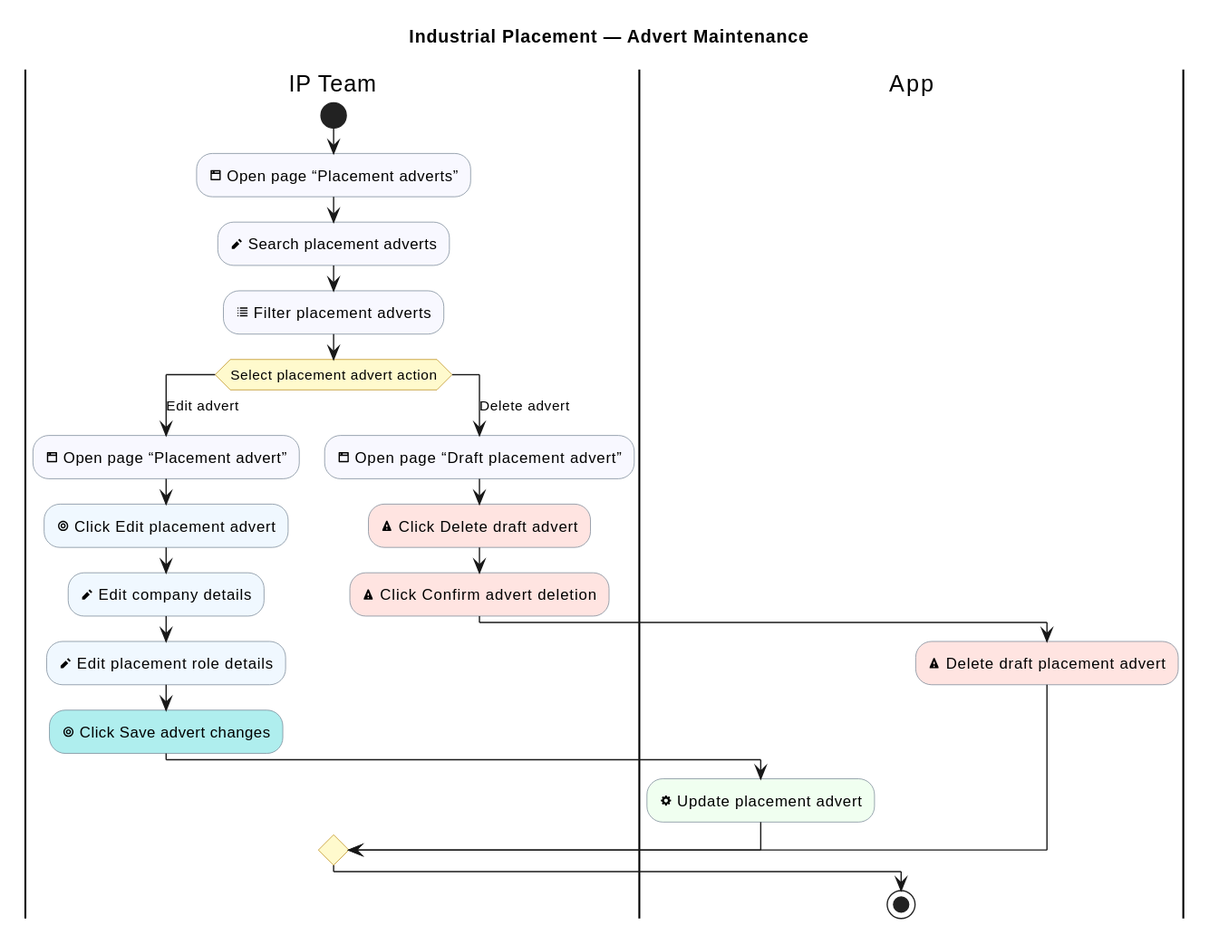
Earlier version of the PlantUML export industrial-placement-group-project/diagrams/industrial-placement/advert-maintenance.svg (sdflkjssl/sdflkjssl.github.io).
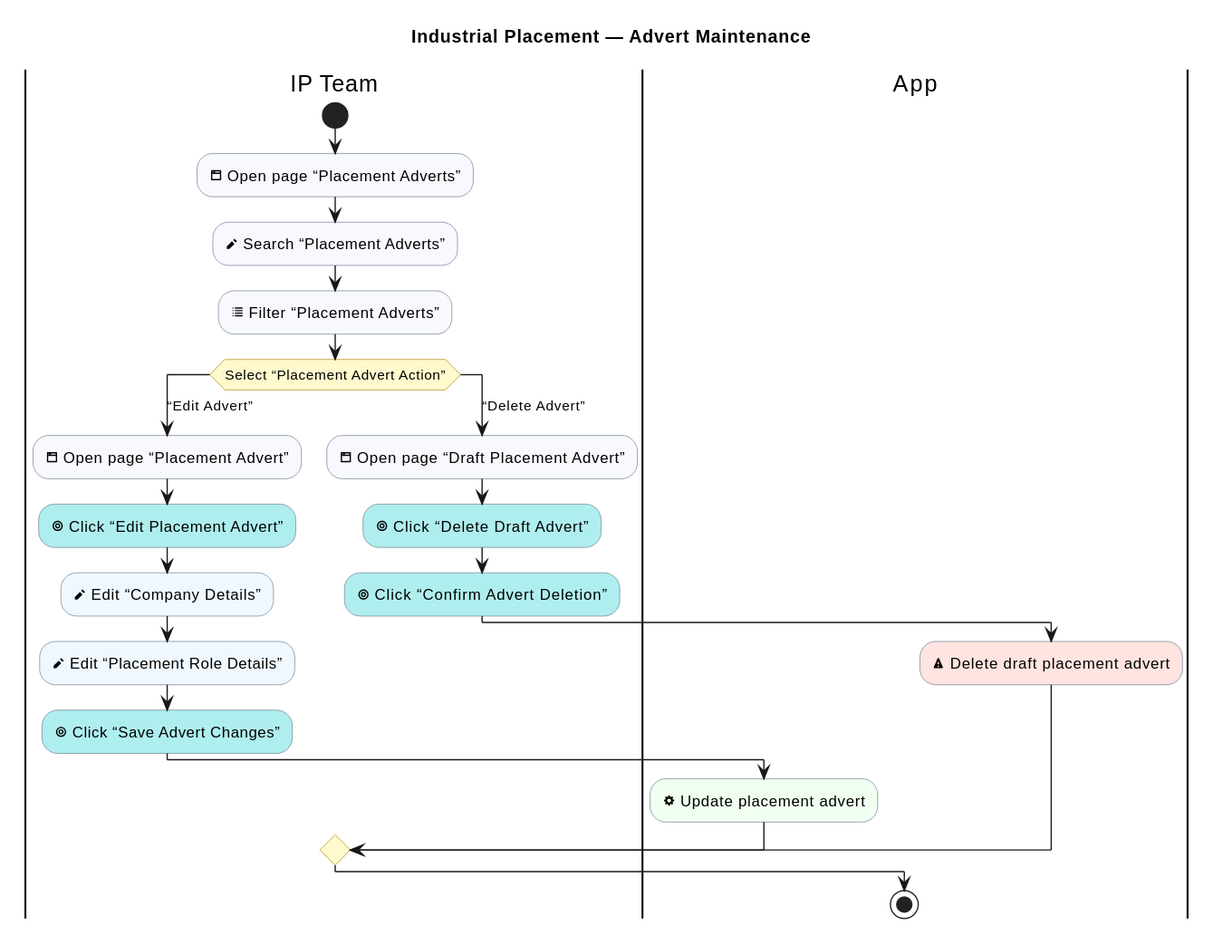
Above is the later version.

The edit, as a diff of the source:
```diff
@@ -12,24 +12,24 @@
 
 |IP Team|
 start
-:<&browser> Open page “Placement adverts”; <<#GhostWhite>>
-  :<&pencil> Search placement adverts; <<#GhostWhite>>
-  :<&list> Filter placement adverts; <<#GhostWhite>>
-  switch (Select placement advert action)
-  case (Edit advert)
+:<&browser> Open page “Placement Adverts”; <<#GhostWhite>>
+  :<&pencil> Search “Placement Adverts”; <<#GhostWhite>>
+  :<&list> Filter “Placement Adverts”; <<#GhostWhite>>
+  switch (Select “Placement Advert Action”)
+  case (“Edit Advert”)
     |IP Team|
-    :<&browser> Open page “Placement advert”; <<#GhostWhite>>
-    :<&target> Click Edit placement advert; <<#AliceBlue>>
-    :<&pencil> Edit company details; <<#AliceBlue>>
-    :<&pencil> Edit placement role details; <<#AliceBlue>>
-    :<&target> Click Save advert changes; <<#PaleTurquoise>>
+    :<&browser> Open page “Placement Advert”; <<#GhostWhite>>
+    :<&target> Click “Edit Placement Advert”; <<#PaleTurquoise>>
+    :<&pencil> Edit “Company Details”; <<#AliceBlue>>
+    :<&pencil> Edit “Placement Role Details”; <<#AliceBlue>>
+    :<&target> Click “Save Advert Changes”; <<#PaleTurquoise>>
     |App|
     :<&cog> Update placement advert; <<#HoneyDew>>
-  case (Delete advert)
+  case (“Delete Advert”)
     |IP Team|
-    :<&browser> Open page “Draft placement advert”; <<#GhostWhite>>
-    :<&warning> Click Delete draft advert; <<#MistyRose>>
-    :<&warning> Click Confirm advert deletion; <<#MistyRose>>
+    :<&browser> Open page “Draft Placement Advert”; <<#GhostWhite>>
+    :<&target> Click “Delete Draft Advert”; <<#PaleTurquoise>>
+    :<&target> Click “Confirm Advert Deletion”; <<#PaleTurquoise>>
     |App|
     :<&warning> Delete draft placement advert; <<#MistyRose>>
   endswitch
```
